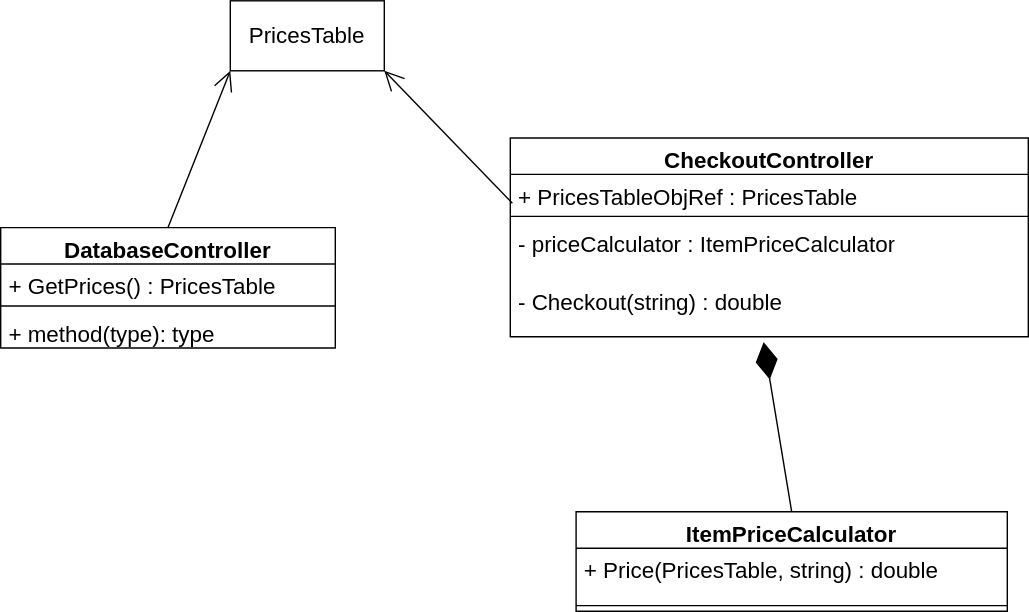
This is SupermarketCheckout.svg from sameert89/SupermarketCheckoutLib, a draw.io export, as it was before one commit. Source tidied: cells renumbered, new cells last; positions are measured from the earlier drawing's top-left corner, leaving out a move shared by most shapes.
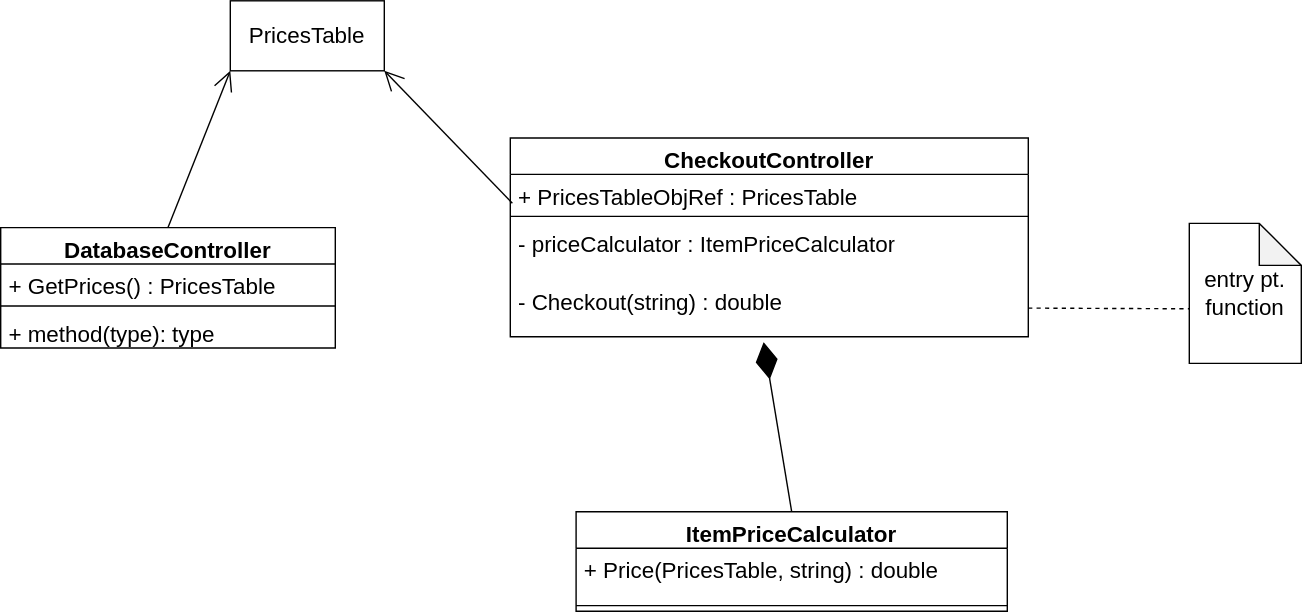
After the change.

What changed in the source:
```diff
@@ -50,5 +50,13 @@
     <mxCell id="17" style="endArrow=open;endFill=1;endSize=12;html=1;rounded=0;fontSize=12;curved=1;entryX=0;entryY=1;entryDx=0;entryDy=0;exitX=0.5;exitY=0;exitDx=0;exitDy=0;" parent="1" edge="1" source="13" target="7">
       <mxGeometry relative="1" as="geometry" />
     </mxCell>
+    <mxCell id="18" value="entry pt.&lt;br&gt;function" style="shape=note;whiteSpace=wrap;html=1;backgroundOutline=1;darkOpacity=0.05;fontSize=16;" parent="1" vertex="1">
+      <mxGeometry x="849" y="159" width="80" height="100" as="geometry" />
+    </mxCell>
+    <mxCell id="19" style="endArrow=none;dashed=1;html=1;rounded=0;fontSize=12;curved=1;startSize=8;endSize=8;exitX=1;exitY=0.5;exitDx=0;exitDy=0;" parent="1" edge="1" source="6">
+      <mxGeometry relative="1" as="geometry">
+        <mxPoint x="849" y="220" as="targetPoint" />
+      </mxGeometry>
+    </mxCell>
   </root>
 </mxGraphModel>
```
